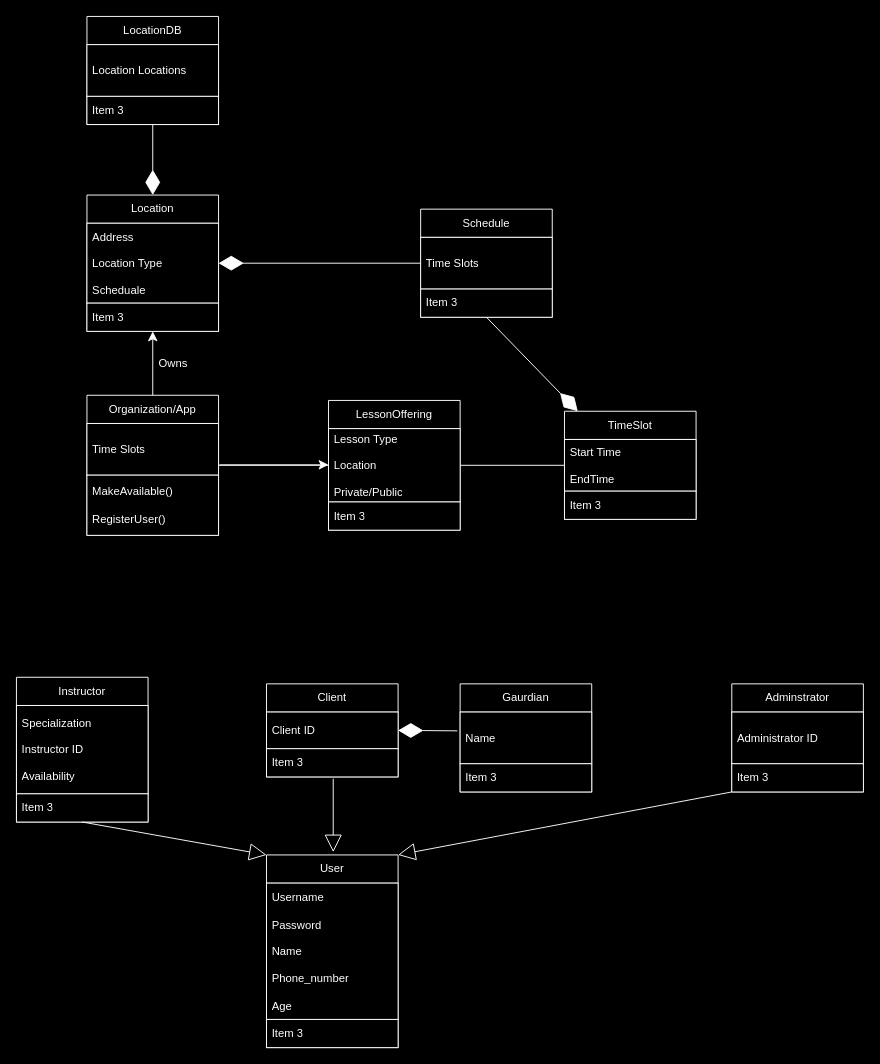
This is class_diagram.drawio from matdavid7272/342project, a draw.io file, before an edit. Source tidied: cells renumbered, new cells numbered last; positions are measured from the earlier drawing's top-left corner, leaving out a move shared by most shapes. Both pictures are drawn from the tidied source at 94%, with x=0, y=0 at pixel (16, 16).
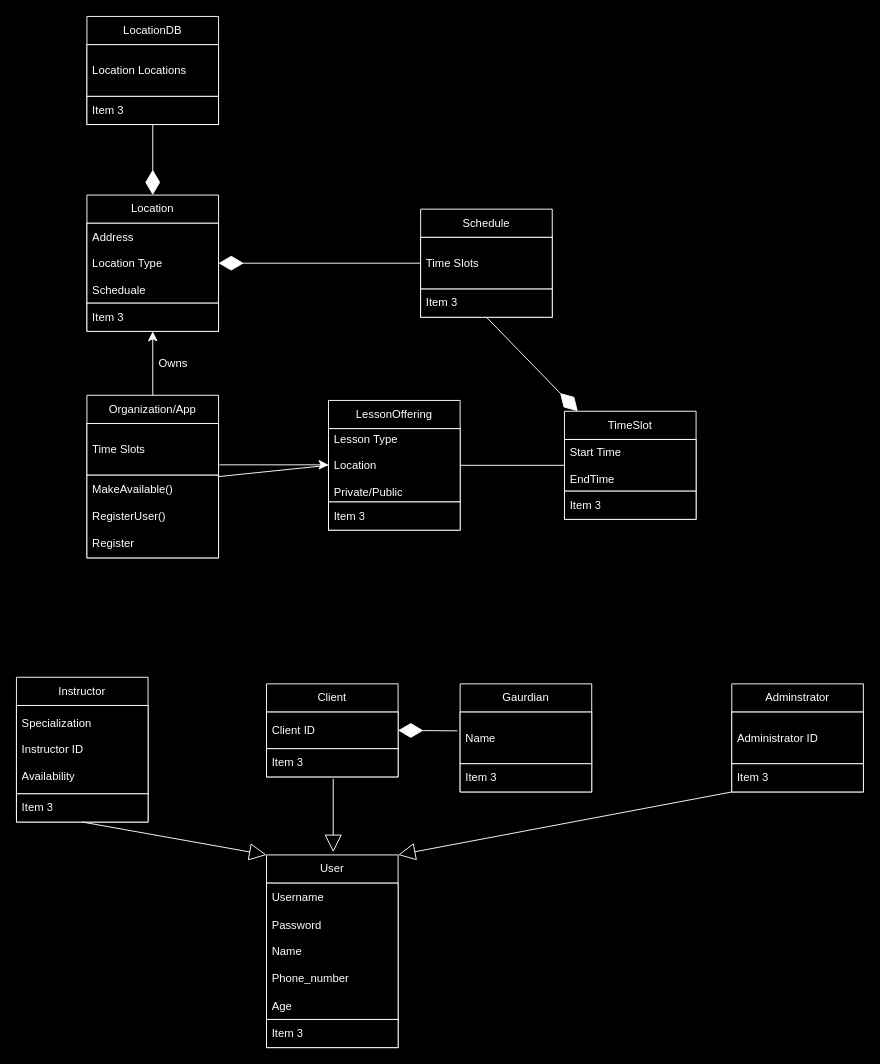
Above is the later version.

The edit, as a diff of the source:
```diff
@@
     <mxCell id="32" value="&lt;font color=&quot;#ffffff&quot;&gt;Organization/App&lt;/font&gt;" style="swimlane;fontStyle=0;horizontal=1;startSize=30;whiteSpace=wrap;html=1;strokeColor=#FFFFFF;fillColor=#000000;" parent="1" vertex="1">
-      <mxGeometry x="75" y="403" width="140" height="149" as="geometry" />
+      <mxGeometry x="75" y="403" width="140" height="173" as="geometry" />
     </mxCell>
@@
-    <mxCell id="34" value="&lt;font style=&quot;background-color: rgb(0, 0, 0);&quot; color=&quot;#ffffff&quot;&gt;MakeAvailable()&lt;/font&gt;&lt;div&gt;&lt;font style=&quot;background-color: rgb(0, 0, 0);&quot; color=&quot;#ffffff&quot;&gt;&lt;br&gt;&lt;/font&gt;&lt;/div&gt;&lt;div&gt;&lt;font style=&quot;background-color: rgb(0, 0, 0);&quot; color=&quot;#ffffff&quot;&gt;RegisterUser()&lt;/font&gt;&lt;/div&gt;" style="text;strokeColor=#FFFFFF;fillColor=#000000;align=left;verticalAlign=middle;spacingLeft=4;spacingRight=4;overflow=hidden;whiteSpace=wrap;html=1;" parent="32" vertex="1">
-      <mxGeometry y="85" width="140" height="64" as="geometry" />
+    <mxCell id="34" value="&lt;font style=&quot;background-color: rgb(0, 0, 0);&quot; color=&quot;#ffffff&quot;&gt;MakeAvailable()&lt;/font&gt;&lt;div&gt;&lt;font style=&quot;background-color: rgb(0, 0, 0);&quot; color=&quot;#ffffff&quot;&gt;&lt;br&gt;&lt;/font&gt;&lt;/div&gt;&lt;div&gt;&lt;font style=&quot;background-color: rgb(0, 0, 0);&quot; color=&quot;#ffffff&quot;&gt;RegisterUser()&lt;/font&gt;&lt;/div&gt;&lt;div&gt;&lt;font style=&quot;background-color: rgb(0, 0, 0);&quot; color=&quot;#ffffff&quot;&gt;&lt;br&gt;&lt;/font&gt;&lt;/div&gt;&lt;div&gt;&lt;font style=&quot;background-color: rgb(0, 0, 0);&quot; color=&quot;#ffffff&quot;&gt;Register&lt;/font&gt;&lt;/div&gt;" style="text;strokeColor=#FFFFFF;fillColor=#000000;align=left;verticalAlign=middle;spacingLeft=4;spacingRight=4;overflow=hidden;whiteSpace=wrap;html=1;" parent="32" vertex="1">
+      <mxGeometry y="85" width="140" height="88" as="geometry" />
     </mxCell>
```
